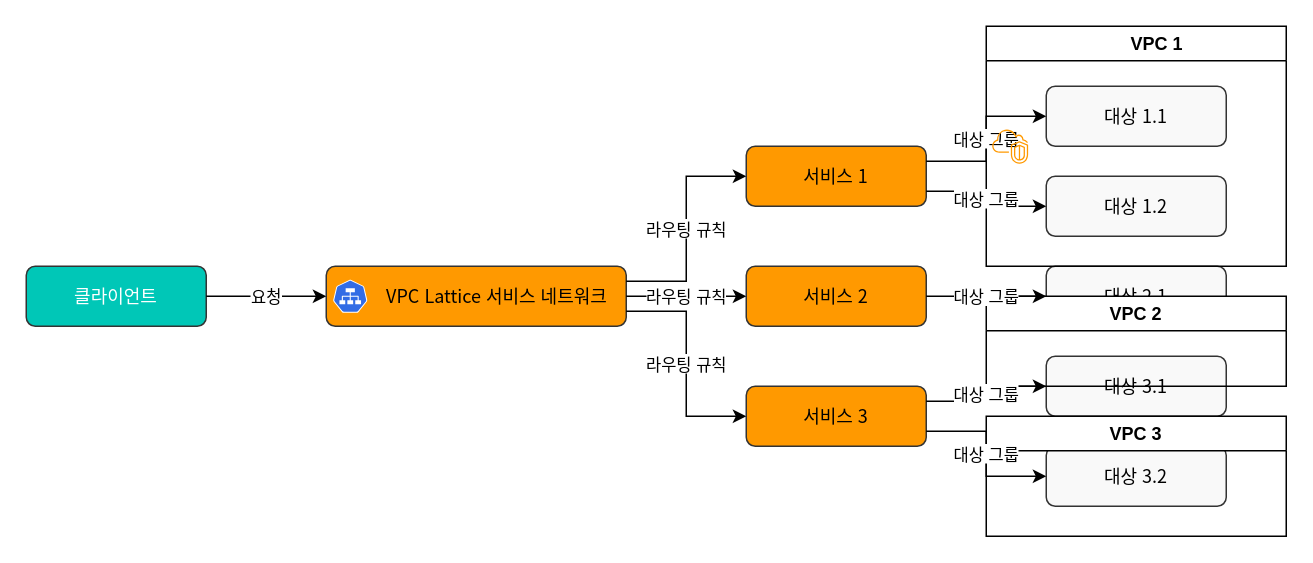
The draw.io diagram assets/generated-diagrams/vpc_lattice_components.drawio in Atom-oh/kubernetes-docs, before the edit. Source tidied: cells renumbered, new cells numbered last; positions are measured from the earlier drawing's top-left corner, leaving out a move shared by most shapes. Both pictures are drawn from the tidied source at 150%, with x=0, y=0 at pixel (26, 26).
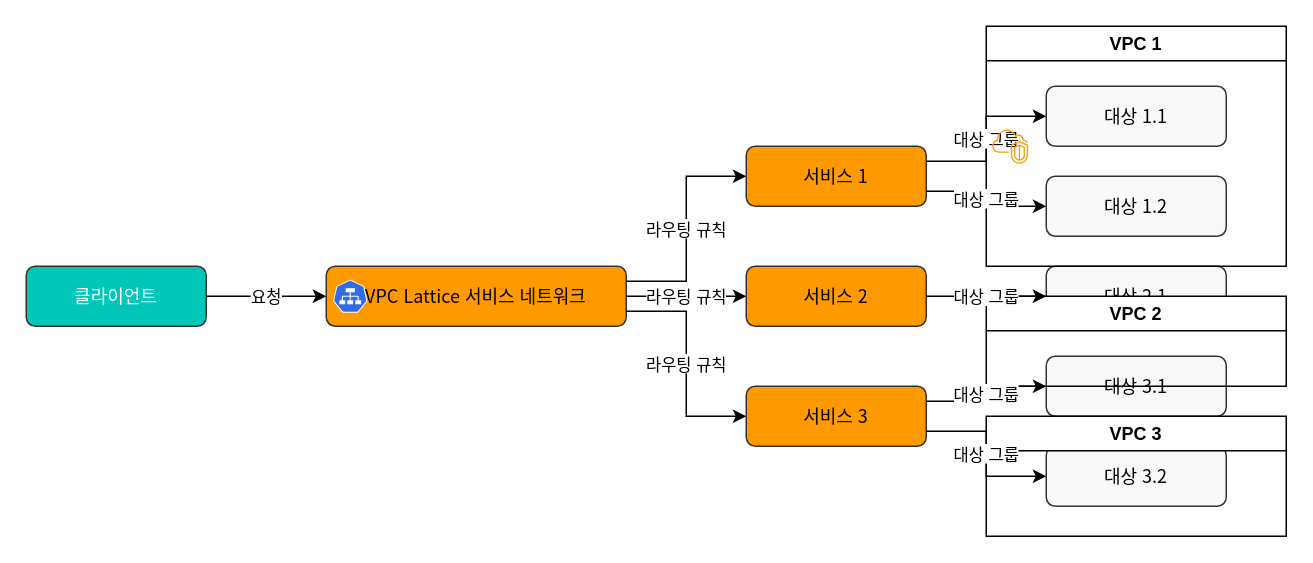
Above is the later version.

Change to the diagram source:
```diff
@@
-    <mxCell id="3" value="VPC Lattice 서비스 네트워크" style="rounded=1;whiteSpace=wrap;html=1;fillColor=#FF9900;strokeColor=#333333;fontColor=#000000;fontSize=12;fontFamily=Noto Sans CJK KR;spacingLeft=28;" parent="1" vertex="1">
+    <mxCell id="3" value="VPC Lattice 서비스 네트워크" style="rounded=1;whiteSpace=wrap;html=1;fillColor=#FF9900;strokeColor=#333333;fontColor=#000000;fontSize=12;fontFamily=Noto Sans CJK KR;" parent="1" vertex="1">
       <mxGeometry x="200" y="160" width="200" height="40" as="geometry" />
     </mxCell>
@@
-    <mxCell id="12" value="VPC 1" style="swimlane;whiteSpace=wrap;html=1;startSize=23;fontSize=12;spacingLeft=28;" parent="1" vertex="1">
+    <mxCell id="12" value="VPC 1" style="swimlane;whiteSpace=wrap;html=1;startSize=23;fontSize=12;" parent="1" vertex="1">
       <mxGeometry x="640" width="200" height="160" as="geometry" />
     </mxCell>
```
